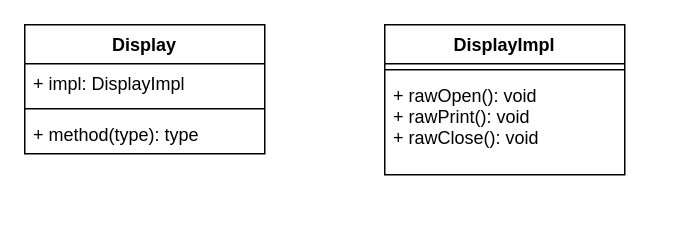
Earlier version of the draw.io diagram structural-bridge.drawio (xujiuhua/draw). Source tidied: cells renumbered, new cells numbered last; positions are measured from the earlier drawing's top-left corner, leaving out a move shared by most shapes. Both pictures are drawn from the tidied source at 150%, with x=0, y=0 at pixel (24, 24).
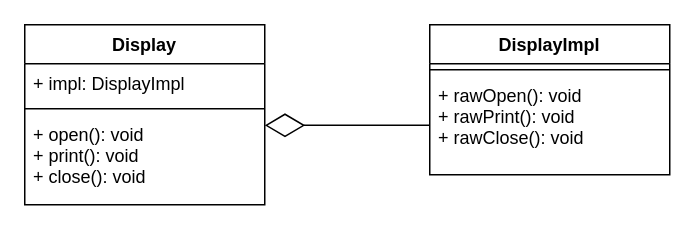
The same page after the edit.

Diff of the diagram source:
```diff
@@
 <mxGraphModel>
   <root>
     <mxCell id="0" />
     <mxCell id="1" parent="0" />
     <mxCell id="2" value="Display" style="swimlane;fontStyle=1;align=center;verticalAlign=top;horizontal=1;startSize=26;" parent="1" vertex="1">
-      <mxGeometry width="160" height="86" as="geometry" />
+      <mxGeometry width="160" height="120" as="geometry" />
     </mxCell>
     <mxCell id="3" value="+ impl: DisplayImpl" style="text;strokeColor=none;fillColor=none;align=left;verticalAlign=top;spacingLeft=4;spacingRight=4;overflow=hidden;" parent="2" vertex="1">
       <mxGeometry y="26" width="160" height="26" as="geometry" />
     </mxCell>
     <mxCell id="4" style="line;strokeWidth=1;fillColor=none;align=left;verticalAlign=middle;spacingTop=-1;spacingLeft=3;spacingRight=3;labelPosition=right;" parent="2" vertex="1">
       <mxGeometry y="52" width="160" height="8" as="geometry" />
     </mxCell>
-    <mxCell id="5" value="+ method(type): type" style="text;strokeColor=none;fillColor=none;align=left;verticalAlign=top;spacingLeft=4;spacingRight=4;overflow=hidden;points=[[0,0.5],[1,0.5]];portConstraint=eastwest;" parent="2" vertex="1">
-      <mxGeometry y="60" width="160" height="26" as="geometry" />
+    <mxCell id="5" value="+ open(): void&#10;+ print(): void&#10;+ close(): void" style="text;strokeColor=none;fillColor=none;align=left;verticalAlign=top;spacingLeft=4;spacingRight=4;overflow=hidden;points=[[0,0.5],[1,0.5]];portConstraint=eastwest;" parent="2" vertex="1">
+      <mxGeometry y="60" width="160" height="60" as="geometry" />
     </mxCell>
     <mxCell id="6" value="DisplayImpl&#10;" style="swimlane;fontStyle=1;align=center;verticalAlign=top;horizontal=1;startSize=26;" parent="1" vertex="1">
-      <mxGeometry x="240" width="160" height="100" as="geometry" />
+      <mxGeometry x="270" width="160" height="100" as="geometry" />
     </mxCell>
     <mxCell id="7" style="line;strokeWidth=1;fillColor=none;align=left;verticalAlign=middle;spacingTop=-1;spacingLeft=3;spacingRight=3;labelPosition=right;" parent="6" vertex="1">
       <mxGeometry y="26" width="160" height="8" as="geometry" />
     </mxCell>
     <mxCell id="8" value="+ rawOpen(): void&#10;+ rawPrint(): void&#10;+ rawClose(): void" style="text;strokeColor=none;fillColor=none;align=left;verticalAlign=top;spacingLeft=4;spacingRight=4;overflow=hidden;points=[[0,0.5],[1,0.5]];portConstraint=eastwest;" parent="6" vertex="1">
       <mxGeometry y="34" width="160" height="66" as="geometry" />
     </mxCell>
+    <mxCell id="9" style="endArrow=diamondThin;endFill=0;endSize=24;html=1;exitX=0;exitY=0.5;exitDx=0;exitDy=0;entryX=1;entryY=0.117;entryDx=0;entryDy=0;entryPerimeter=0;" parent="1" edge="1" source="8" target="5">
+      <mxGeometry relative="1" as="geometry" />
+    </mxCell>
   </root>
 </mxGraphModel>
```
